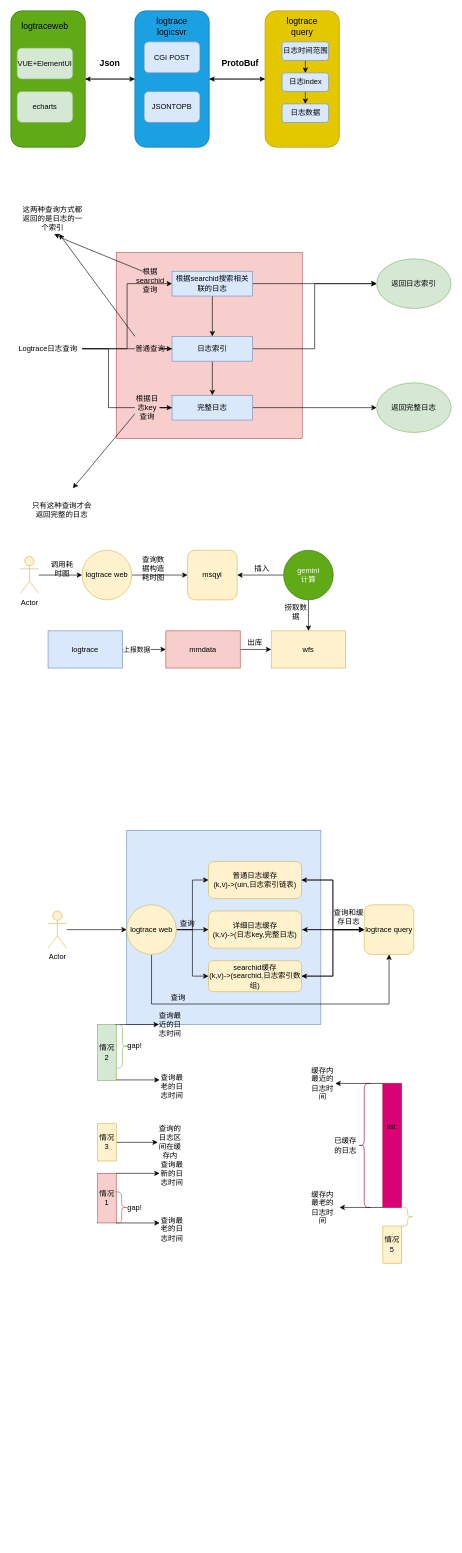
Before: Untitled Diagram.drawio in Zhang-liu-xiaoxiao/ZeroCup, a draw.io diagram. Source tidied: cells renumbered, new cells numbered last; positions are measured from the earlier drawing's top-left corner, leaving out a move shared by most shapes. Both pictures are drawn from the tidied source at 62%, with x=0, y=0 at pixel (11, 11).
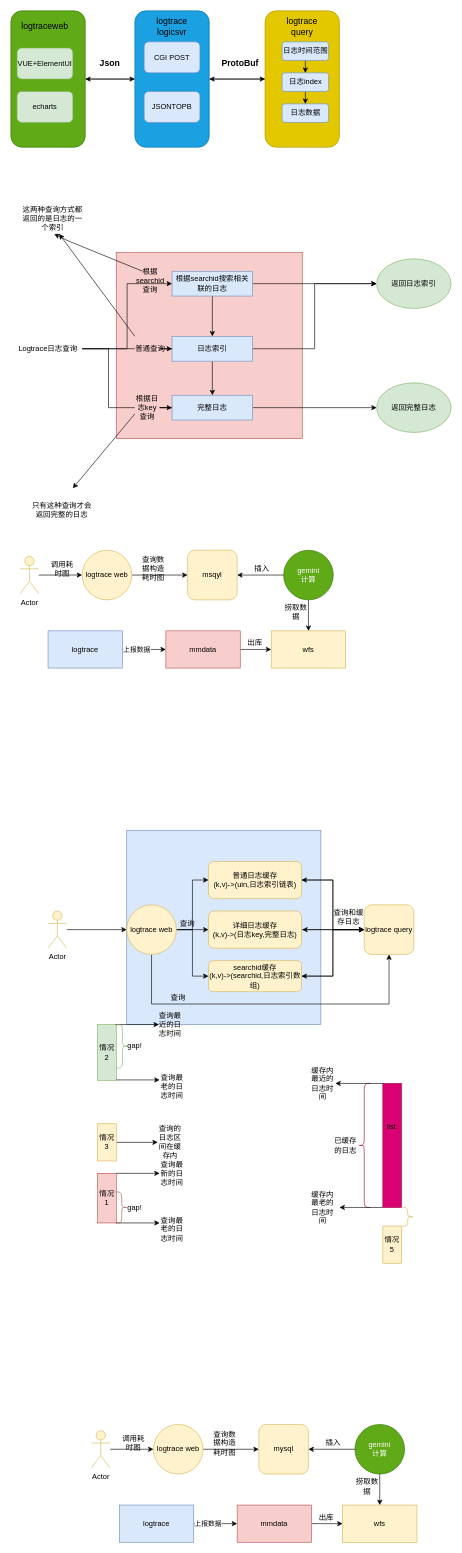
The same diagram, later.

Diff of the diagram source:
```diff
@@
+    <mxCell id="115" style="endArrow=classic;html=1;entryX=0;entryY=0.5;entryDx=0;entryDy=0;" parent="1" edge="1" target="118">
+      <mxGeometry relative="1" as="geometry">
+        <mxPoint x="275" y="2440" as="sourcePoint" />
+      </mxGeometry>
+    </mxCell>
+    <mxCell id="116" value="上报数据" style="edgeLabel;html=1;align=center;verticalAlign=middle;" parent="115" vertex="1">
+      <mxGeometry x="0.25" y="-2" relative="1" as="geometry">
+        <mxPoint x="-14" y="-2" as="offset" />
+      </mxGeometry>
+    </mxCell>
+    <mxCell id="117" style="edgeStyle=orthogonalEdgeStyle;rounded=0;jettySize=auto;html=1;entryX=0;entryY=0.5;entryDx=0;entryDy=0;" parent="1" edge="1" source="118" target="120">
+      <mxGeometry relative="1" as="geometry" />
+    </mxCell>
+    <mxCell id="118" value="mmdata" style="rounded=0;whiteSpace=wrap;html=1;shadow=0;strokeColor=#b85450;strokeWidth=1;fillColor=#f8cecc;" parent="1" vertex="1">
+      <mxGeometry x="365" y="2410" width="120" height="60" as="geometry" />
+    </mxCell>
+    <mxCell id="119" value="logtrace" style="rounded=0;whiteSpace=wrap;html=1;shadow=0;strokeColor=#6c8ebf;strokeWidth=1;fillColor=#dae8fc;" parent="1" vertex="1">
+      <mxGeometry x="175" y="2410" width="120" height="60" as="geometry" />
+    </mxCell>
+    <mxCell id="120" value="wfs" style="rounded=0;whiteSpace=wrap;html=1;shadow=0;strokeColor=#d6b656;strokeWidth=1;fillColor=#fff2cc;" parent="1" vertex="1">
+      <mxGeometry x="535" y="2410" width="120" height="60" as="geometry" />
+    </mxCell>
+    <mxCell id="121" value="出库" style="text;html=1;strokeColor=none;fillColor=none;align=center;verticalAlign=middle;whiteSpace=wrap;rounded=0;shadow=0;" parent="1" vertex="1">
+      <mxGeometry x="488.8" y="2420" width="40" height="20" as="geometry" />
+    </mxCell>
+    <mxCell id="122" style="edgeStyle=orthogonalEdgeStyle;rounded=0;jettySize=auto;html=1;entryX=0.5;entryY=0;entryDx=0;entryDy=0;" parent="1" edge="1" source="124" target="120">
+      <mxGeometry relative="1" as="geometry" />
+    </mxCell>
+    <mxCell id="123" style="edgeStyle=orthogonalEdgeStyle;rounded=0;jettySize=auto;html=1;entryX=1;entryY=0.5;entryDx=0;entryDy=0;" parent="1" edge="1" source="124" target="126">
+      <mxGeometry relative="1" as="geometry" />
+    </mxCell>
+    <mxCell id="124" value="gemini&lt;br&gt;计算" style="ellipse;whiteSpace=wrap;html=1;rounded=1;shadow=0;strokeColor=#2D7600;strokeWidth=1;fillColor=#60a917;fontColor=#ffffff;" parent="1" vertex="1">
+      <mxGeometry x="555" y="2280" width="80" height="80" as="geometry" />
+    </mxCell>
+    <mxCell id="125" value="捞取数据" style="text;html=1;strokeColor=none;fillColor=none;align=center;verticalAlign=middle;whiteSpace=wrap;rounded=0;shadow=0;" parent="1" vertex="1">
+      <mxGeometry x="555" y="2370" width="40" height="20" as="geometry" />
+    </mxCell>
+    <mxCell id="126" value="mysql" style="whiteSpace=wrap;html=1;rounded=1;shadow=0;strokeColor=#d6b656;strokeWidth=1;fillColor=#fff2cc;" parent="1" vertex="1">
+      <mxGeometry x="400" y="2280" width="80" height="80" as="geometry" />
+    </mxCell>
+    <mxCell id="127" value="插入" style="text;html=1;strokeColor=none;fillColor=none;align=center;verticalAlign=middle;whiteSpace=wrap;rounded=0;shadow=0;" parent="1" vertex="1">
+      <mxGeometry x="500" y="2300" width="40" height="20" as="geometry" />
+    </mxCell>
+    <mxCell id="128" style="edgeStyle=orthogonalEdgeStyle;rounded=0;jettySize=auto;html=1;entryX=0;entryY=0.5;entryDx=0;entryDy=0;" parent="1" edge="1" source="129" target="131">
+      <mxGeometry relative="1" as="geometry" />
+    </mxCell>
+    <mxCell id="129" value="Actor" style="shape=umlActor;verticalLabelPosition=bottom;verticalAlign=top;html=1;outlineConnect=0;rounded=1;shadow=0;strokeColor=#d6b656;strokeWidth=1;fillColor=#fff2cc;" parent="1" vertex="1">
+      <mxGeometry x="130" y="2290" width="30" height="60" as="geometry" />
+    </mxCell>
+    <mxCell id="130" style="edgeStyle=orthogonalEdgeStyle;rounded=0;jettySize=auto;html=1;entryX=0;entryY=0.5;entryDx=0;entryDy=0;" parent="1" edge="1" source="131" target="126">
+      <mxGeometry relative="1" as="geometry" />
+    </mxCell>
+    <mxCell id="131" value="logtrace web" style="ellipse;whiteSpace=wrap;html=1;rounded=1;shadow=0;strokeColor=#d6b656;strokeWidth=1;fillColor=#fff2cc;" parent="1" vertex="1">
+      <mxGeometry x="230" y="2280" width="80" height="80" as="geometry" />
+    </mxCell>
+    <mxCell id="132" value="调用耗时图" style="text;html=1;strokeColor=none;fillColor=none;align=center;verticalAlign=middle;whiteSpace=wrap;rounded=0;shadow=0;" parent="1" vertex="1">
+      <mxGeometry x="177.5" y="2300" width="40" height="20" as="geometry" />
+    </mxCell>
+    <mxCell id="133" value="查询数据构造耗时图" style="text;html=1;strokeColor=none;fillColor=none;align=center;verticalAlign=middle;whiteSpace=wrap;rounded=0;shadow=0;" parent="1" vertex="1">
+      <mxGeometry x="325" y="2300" width="40" height="20" as="geometry" />
+    </mxCell>
```
